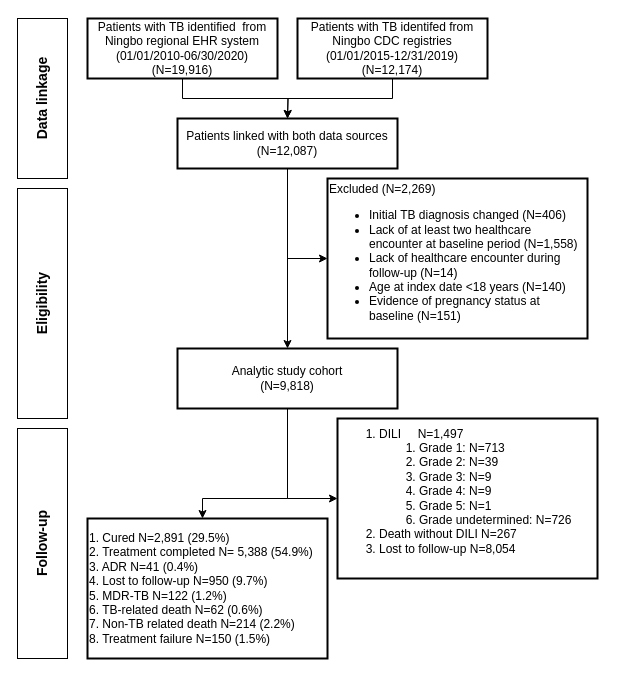
This is TB Ningbo Flow diagram.drawio from JifangZhou/R-code-for-Ningbo-TB-project, a draw.io file, before an edit. Source tidied: cells renumbered, new cells numbered last; positions are measured from the earlier drawing's top-left corner, leaving out a move shared by most shapes. Both pictures are drawn from the tidied source at 100%, with x=0, y=0 at pixel (17, 18).
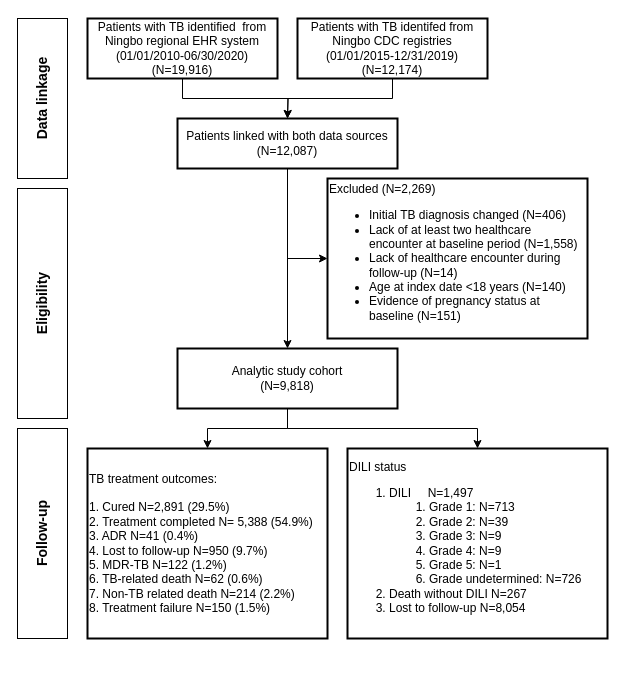
After the change.

The change refers to these unchanged cells:
```xml
<mxCell id="12" value="&lt;div&gt;Analytic study cohort&lt;br&gt;&lt;/div&gt;&lt;div&gt;(N=9,818)&lt;br&gt;&lt;/div&gt;" style="rounded=0;whiteSpace=wrap;html=1;strokeWidth=2;" parent="1" vertex="1">
  <mxGeometry x="160" y="330" width="220" height="60" as="geometry" />
</mxCell>
```

Diff of the diagram source:
```diff
@@
+    <mxCell id="11" style="edgeStyle=orthogonalEdgeStyle;rounded=0;jettySize=auto;html=1;exitX=0.5;exitY=1;exitDx=0;exitDy=0;entryX=0.5;entryY=0;entryDx=0;entryDy=0;" parent="1" edge="1" source="12" target="14">
+      <mxGeometry relative="1" as="geometry">
+        <Array as="points">
+          <mxPoint x="270" y="410" />
+          <mxPoint x="460" y="410" />
+        </Array>
+      </mxGeometry>
+    </mxCell>
-    <mxCell id="10" style="edgeStyle=orthogonalEdgeStyle;rounded=0;jettySize=auto;html=1;" parent="1" edge="1" source="12" target="13">
-      <mxGeometry relative="1" as="geometry">
-        <Array as="points">
-          <mxPoint x="270" y="480" />
-          <mxPoint x="185" y="480" />
-        </Array>
-      </mxGeometry>
+    <mxCell id="10" style="edgeStyle=orthogonalEdgeStyle;rounded=0;jettySize=auto;html=1;exitX=0.5;exitY=1;exitDx=0;exitDy=0;entryX=0.5;entryY=0;entryDx=0;entryDy=0;" parent="1" edge="1" source="12" target="13">
+      <mxGeometry relative="1" as="geometry" />
     </mxCell>
-    <mxCell id="11" style="edgeStyle=orthogonalEdgeStyle;rounded=0;jettySize=auto;html=1;exitX=0.5;exitY=1;exitDx=0;exitDy=0;entryX=0;entryY=0.5;entryDx=0;entryDy=0;" parent="1" edge="1" source="12" target="14">
-      <mxGeometry relative="1" as="geometry" />
-    </mxCell>
@@
-    <mxCell id="13" value="&lt;div align=&quot;left&quot;&gt;1. Cured N=2,891 (29.5%)&lt;/div&gt;&lt;div align=&quot;left&quot;&gt;2. Treatment completed N= 5,388 (54.9%)&lt;/div&gt;&lt;div align=&quot;left&quot;&gt;3. ADR N=41 (0.4%)&lt;/div&gt;&lt;div align=&quot;left&quot;&gt;4. Lost to follow-up N=950 (9.7%)&lt;/div&gt;&lt;div align=&quot;left&quot;&gt;5. MDR-TB N=122 (1.2%)&lt;/div&gt;&lt;div align=&quot;left&quot;&gt;6. TB-related death N=62 (0.6%)&lt;/div&gt;&lt;div align=&quot;left&quot;&gt;7. Non-TB related death N=214 (2.2%)&lt;/div&gt;&lt;div align=&quot;left&quot;&gt;8. Treatment failure N=150 (1.5%)&lt;/div&gt;" style="rounded=0;whiteSpace=wrap;html=1;strokeWidth=2;align=left;" parent="1" vertex="1">
-      <mxGeometry x="70" y="500" width="240" height="140" as="geometry" />
+    <mxCell id="13" value="&lt;div align=&quot;left&quot;&gt;TB treatment outcomes:&lt;/div&gt;&lt;div align=&quot;left&quot;&gt;&lt;br&gt;&lt;/div&gt;1. Cured N=2,891 (29.5%)&lt;br&gt;2. Treatment completed N= 5,388 (54.9%)&lt;br&gt;3. ADR N=41 (0.4%)&lt;br&gt;4. Lost to follow-up N=950 (9.7%)&lt;br&gt;5. MDR-TB N=122 (1.2%)&lt;br&gt;6. TB-related death N=62 (0.6%)&lt;br&gt;7. Non-TB related death N=214 (2.2%)&lt;br&gt;8. Treatment failure N=150 (1.5%)" style="rounded=0;whiteSpace=wrap;html=1;strokeWidth=2;align=left;" parent="1" vertex="1">
+      <mxGeometry x="70" y="430" width="240" height="190" as="geometry" />
     </mxCell>
-    <mxCell id="14" value="&lt;div align=&quot;left&quot;&gt;&lt;ol&gt;&lt;li&gt;DILI&amp;nbsp;&amp;nbsp;&amp;nbsp;&amp;nbsp; N=1,497&lt;/li&gt;&lt;ol&gt;&lt;li&gt;Grade 1: N=713&lt;/li&gt;&lt;li&gt;Grade 2: N=39&lt;/li&gt;&lt;li&gt;Grade 3: N=9&lt;/li&gt;&lt;li&gt;Grade 4: N=9&lt;/li&gt;&lt;li&gt;Grade 5: N=1&lt;/li&gt;&lt;li&gt;Grade undetermined: N=726&lt;br&gt;&lt;/li&gt;&lt;/ol&gt;&lt;li&gt;Death without DILI N=267&lt;/li&gt;&lt;li&gt;Lost to follow-up N=8,054&lt;br&gt;&lt;/li&gt;&lt;/ol&gt;&lt;/div&gt;&lt;div align=&quot;left&quot;&gt;&lt;br&gt;&lt;/div&gt;" style="rounded=0;whiteSpace=wrap;html=1;strokeWidth=2;align=left;" parent="1" vertex="1">
-      <mxGeometry x="320" y="400" width="260" height="160" as="geometry" />
+    <mxCell id="14" value="&lt;div align=&quot;left&quot;&gt;DILI status&lt;ol&gt;&lt;li&gt;DILI&amp;nbsp;&amp;nbsp;&amp;nbsp;&amp;nbsp; N=1,497&lt;/li&gt;&lt;ol&gt;&lt;li&gt;Grade 1: N=713&lt;/li&gt;&lt;li&gt;Grade 2: N=39&lt;/li&gt;&lt;li&gt;Grade 3: N=9&lt;/li&gt;&lt;li&gt;Grade 4: N=9&lt;/li&gt;&lt;li&gt;Grade 5: N=1&lt;/li&gt;&lt;li&gt;Grade undetermined: N=726&lt;br&gt;&lt;/li&gt;&lt;/ol&gt;&lt;li&gt;Death without DILI N=267&lt;/li&gt;&lt;li&gt;Lost to follow-up N=8,054&lt;br&gt;&lt;/li&gt;&lt;/ol&gt;&lt;/div&gt;" style="rounded=0;whiteSpace=wrap;html=1;strokeWidth=2;align=left;" parent="1" vertex="1">
+      <mxGeometry x="330" y="430" width="260" height="190" as="geometry" />
     </mxCell>
@@
     <mxCell id="17" value="&lt;b&gt;&lt;font style=&quot;font-size: 14px&quot;&gt;Follow-up&lt;/font&gt;&lt;/b&gt;" style="rounded=0;whiteSpace=wrap;html=1;horizontal=0;" parent="1" vertex="1">
-      <mxGeometry y="410" width="50" height="230" as="geometry" />
+      <mxGeometry y="410" width="50" height="210" as="geometry" />
     </mxCell>
```
